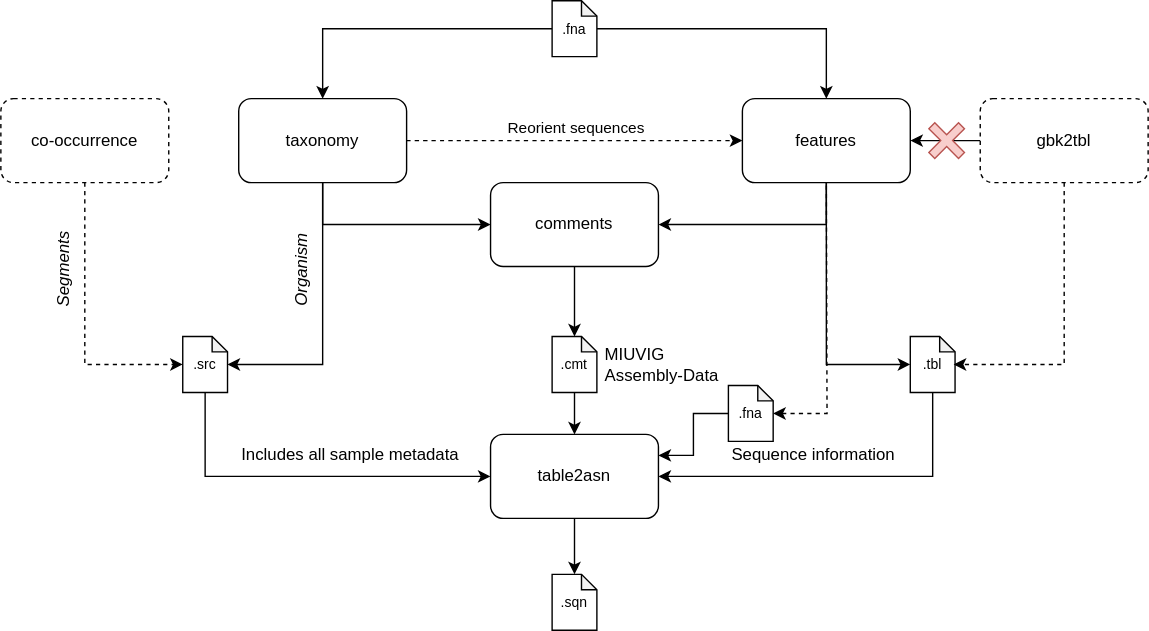
Earlier version of the draw.io export _static/suvtk_diagram_light.svg (LanderDC/suvtk). Source tidied: cells renumbered, new cells last; positions are measured from the earlier drawing's top-left corner, leaving out a move shared by most shapes.
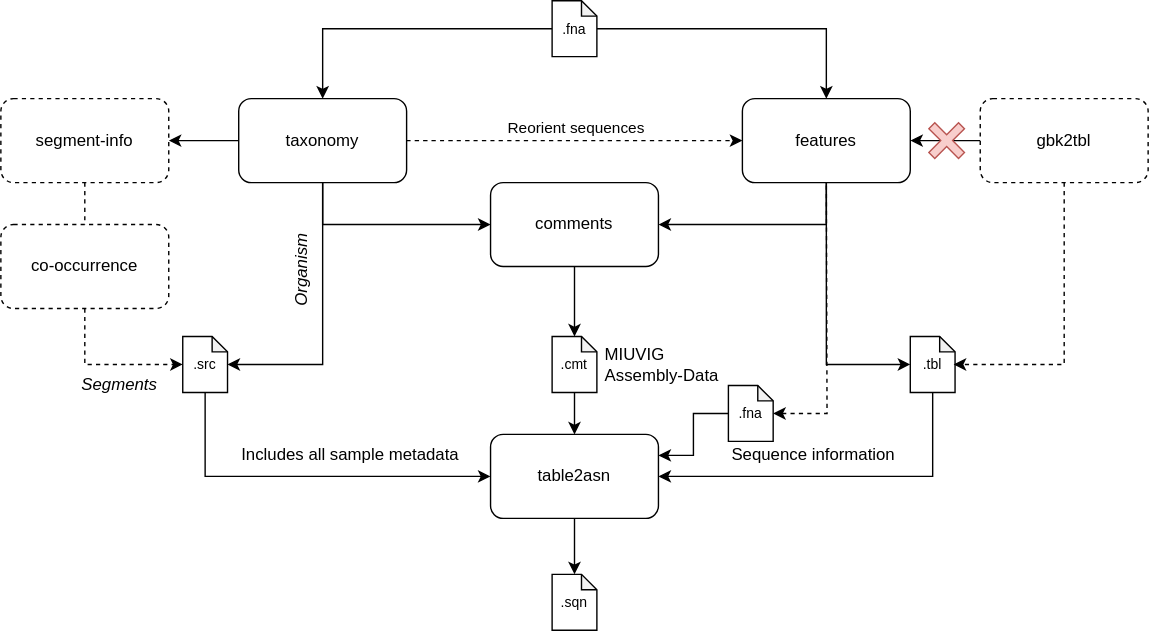
Later version of the same file.

The edit, as a diff of the source:
```diff
@@ -13,6 +13,9 @@
     <mxCell id="4" style="edgeStyle=orthogonalEdgeStyle;rounded=0;jettySize=auto;html=1;exitX=0.5;exitY=1;exitDx=0;exitDy=0;entryX=0;entryY=0.5;entryDx=0;entryDy=0;" parent="1" edge="1" source="5" target="9">
       <mxGeometry relative="1" as="geometry" />
     </mxCell>
+    <mxCell id="40" style="edgeStyle=orthogonalEdgeStyle;rounded=0;jettySize=auto;html=1;exitX=0;exitY=0.5;exitDx=0;exitDy=0;entryX=1;entryY=0.5;entryDx=0;entryDy=0;" parent="1" edge="1" source="5" target="10">
+      <mxGeometry relative="1" as="geometry" />
+    </mxCell>
     <mxCell id="5" value="taxonomy" style="rounded=1;whiteSpace=wrap;html=1;" parent="1" vertex="1">
       <mxGeometry x="188" y="70" width="120" height="60" as="geometry" />
     </mxCell>
@@ -30,7 +33,7 @@
     <mxCell id="9" value="comments" style="rounded=1;whiteSpace=wrap;html=1;" parent="1" vertex="1">
       <mxGeometry x="368" y="130" width="120" height="60" as="geometry" />
     </mxCell>
-    <mxCell id="10" value="co-occurrence" style="rounded=1;whiteSpace=wrap;html=1;dashed=1;" parent="1" vertex="1">
+    <mxCell id="10" value="segment-info" style="rounded=1;whiteSpace=wrap;html=1;dashed=1;" parent="1" vertex="1">
       <mxGeometry x="18" y="70" width="120" height="60" as="geometry" />
     </mxCell>
     <mxCell id="11" style="edgeStyle=orthogonalEdgeStyle;rounded=0;orthogonalLoop=1;jettySize=auto;html=1;" parent="1" edge="1">
@@ -95,8 +98,8 @@
     <mxCell id="28" style="edgeStyle=orthogonalEdgeStyle;rounded=0;jettySize=auto;html=1;exitX=0.5;exitY=1;exitDx=0;exitDy=0;entryX=0.5;entryY=0;entryDx=0;entryDy=0;entryPerimeter=0;" parent="1" edge="1" source="13" target="27">
       <mxGeometry relative="1" as="geometry" />
     </mxCell>
-    <mxCell id="29" value="&lt;i&gt;Segments&lt;/i&gt;" style="text;html=1;align=center;verticalAlign=middle;whiteSpace=wrap;rounded=0;rotation=-90;" parent="1" vertex="1">
-      <mxGeometry x="0.5" y="177.5" width="125" height="30" as="geometry" />
+    <mxCell id="29" value="&lt;i&gt;Segments&lt;/i&gt;" style="text;html=1;align=center;verticalAlign=middle;whiteSpace=wrap;rounded=0;rotation=0;" parent="1" vertex="1">
+      <mxGeometry x="68" y="260" width="70" height="30" as="geometry" />
     </mxCell>
     <mxCell id="30" value="&lt;i&gt;Organism&lt;/i&gt;" style="text;html=1;align=center;verticalAlign=middle;whiteSpace=wrap;rounded=0;rotation=-90;" parent="1" vertex="1">
       <mxGeometry x="173" y="177.5" width="120" height="30" as="geometry" />
@@ -130,5 +133,8 @@
     <mxCell id="39" value="Sequence information" style="text;html=1;align=center;verticalAlign=middle;whiteSpace=wrap;rounded=0;" parent="1" vertex="1">
       <mxGeometry x="519" y="310" width="160" height="30" as="geometry" />
     </mxCell>
+    <mxCell id="41" value="co-occurrence" style="rounded=1;whiteSpace=wrap;html=1;dashed=1;" parent="1" vertex="1">
+      <mxGeometry x="18" y="160" width="120" height="60" as="geometry" />
+    </mxCell>
   </root>
 </mxGraphModel>
```
